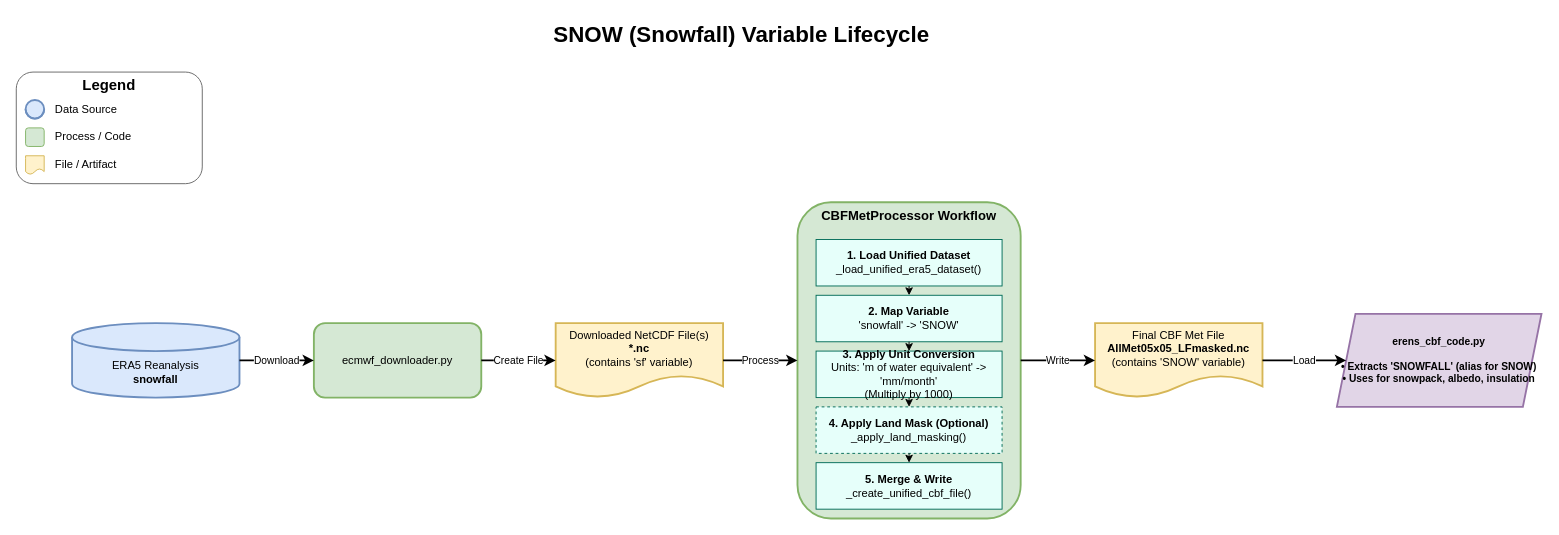
The draw.io diagram plans/snow-lifecycle.xml.drawio in JPL-MGHG/cardamom-preprocessor, before the edit. Source tidied: cells renumbered, new cells numbered last; positions are measured from the earlier drawing's top-left corner, leaving out a move shared by most shapes. Both pictures are drawn from the tidied source at 93%, with x=0, y=0 at pixel (16, 16).
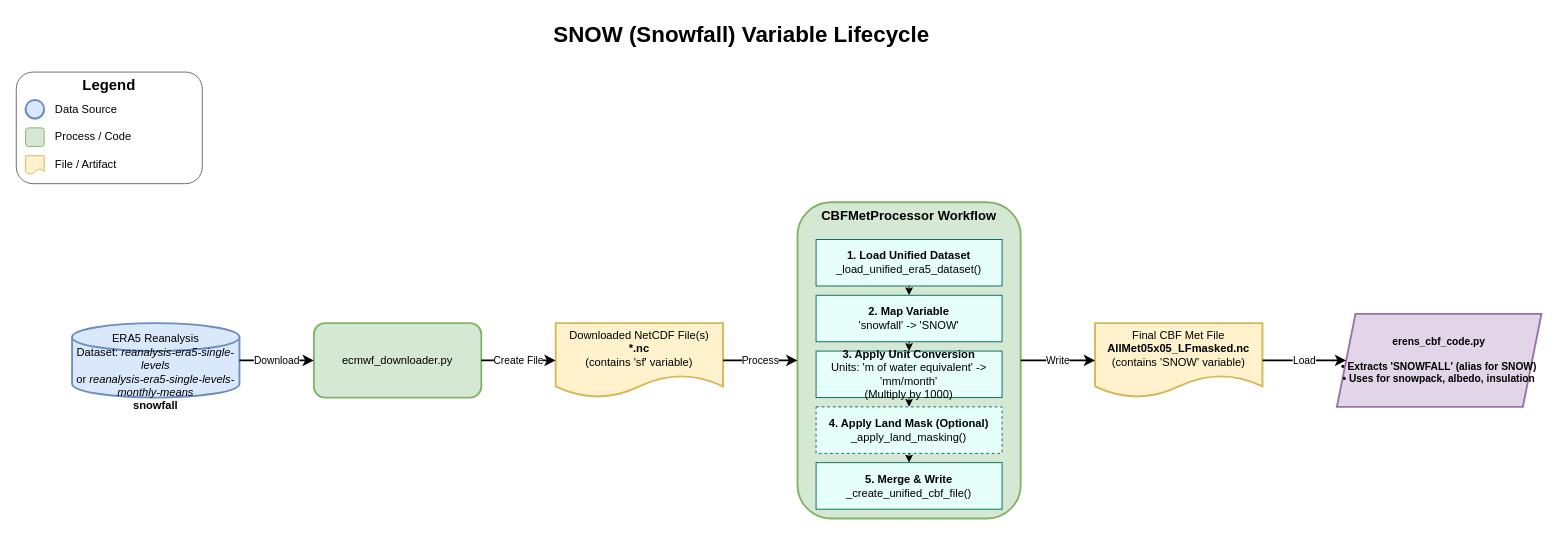
Above is the later version.

Diff of the diagram source:
```diff
@@
-    <mxCell id="11" value="ERA5 Reanalysis&lt;br&gt;&lt;b&gt;snowfall&lt;/b&gt;" style="shape=cylinder3;whiteSpace=wrap;html=1;boundedLbl=1;backgroundOutline=1;size=15;strokeWidth=2;fontSize=12;fontStyle=0;fillColor=#dae8fc;strokeColor=#6c8ebf;" parent="1" vertex="1">
+    <mxCell id="11" value="ERA5 Reanalysis&lt;br&gt;Dataset: &lt;i&gt;reanalysis-era5-single-levels&lt;/i&gt;&lt;br&gt;or &lt;i&gt;reanalysis-era5-single-levels-monthly-means&lt;/i&gt;&lt;br&gt;&lt;b&gt;snowfall&lt;/b&gt;" style="shape=cylinder3;whiteSpace=wrap;html=1;boundedLbl=1;backgroundOutline=1;size=15;strokeWidth=2;fontSize=12;fontStyle=0;fillColor=#dae8fc;strokeColor=#6c8ebf;" parent="1" vertex="1">
       <mxGeometry x="60" y="330" width="180" height="80" as="geometry" />
     </mxCell>
```
